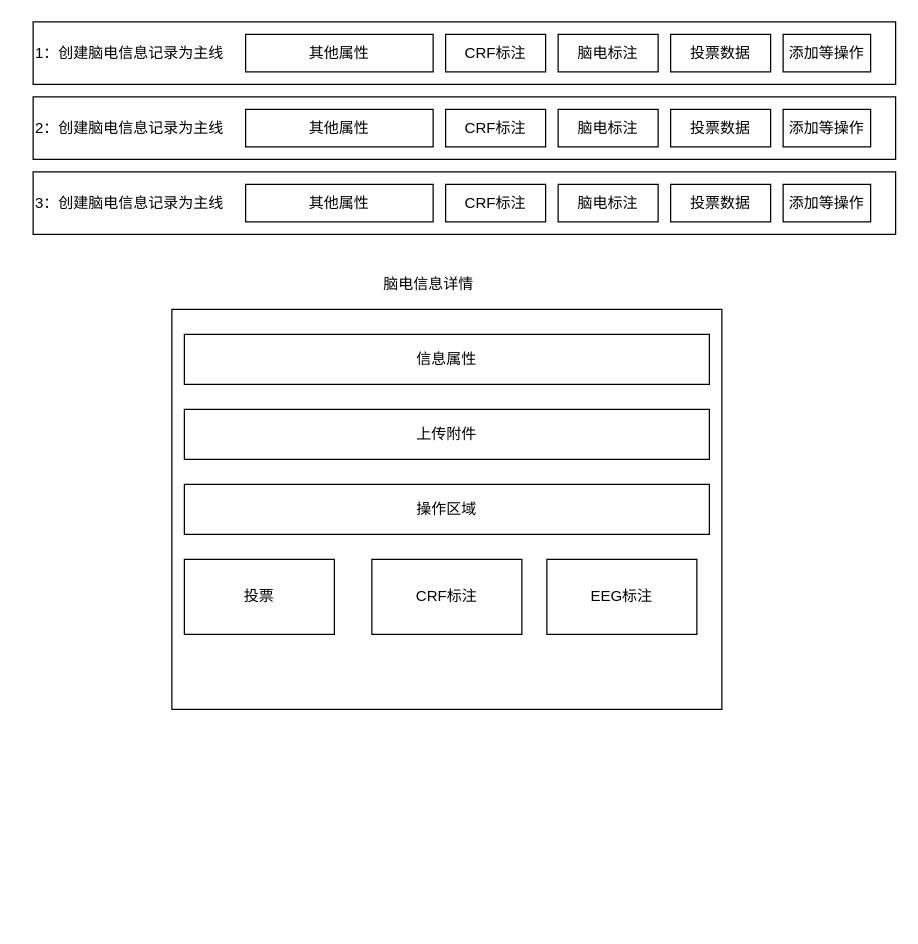
The draw.io diagram save/表概念设计.drawio in chenweihan/UML, before the edit. Source tidied: cells renumbered, new cells numbered last; positions are measured from the earlier drawing's top-left corner, leaving out a move shared by most shapes. Both pictures are drawn from the tidied source at 125%, with x=0, y=0 at pixel (32, 21).
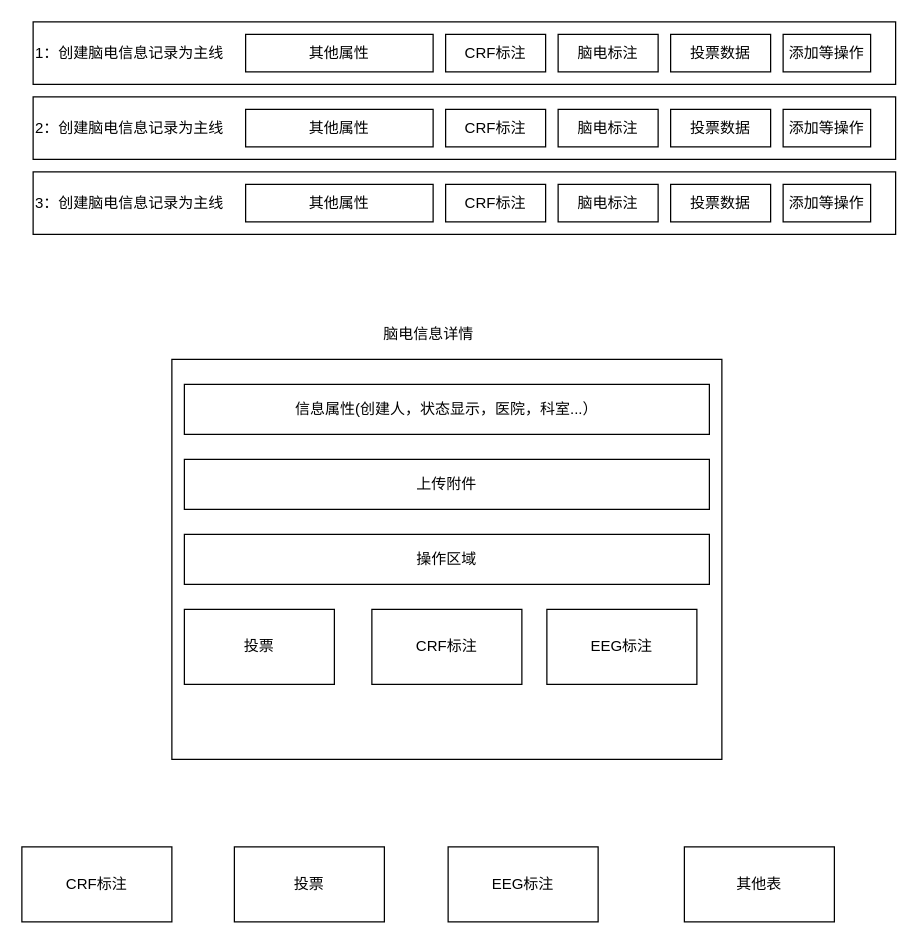
Above is the later version.

Commit message:
更新表概念设计.drawio

Change to the diagram source:
```diff
@@
     <mxCell id="6" style="rounded=0;whiteSpace=wrap;html=1;" parent="1" vertex="1">
-      <mxGeometry x="111" y="230" width="440" height="320" as="geometry" />
+      <mxGeometry x="111" y="270" width="440" height="320" as="geometry" />
     </mxCell>
     <mxCell id="7" value="脑电信息详情" style="text;html=1;align=center;verticalAlign=middle;strokeColor=none;fillColor=none;" parent="1" vertex="1">
-      <mxGeometry x="271" y="200" width="90" height="20" as="geometry" />
+      <mxGeometry x="271" y="240" width="90" height="20" as="geometry" />
     </mxCell>
-    <mxCell id="8" value="信息属性" style="rounded=0;whiteSpace=wrap;html=1;" parent="1" vertex="1">
-      <mxGeometry x="121" y="250" width="420" height="40" as="geometry" />
+    <mxCell id="8" value="信息属性(创建人，状态显示，医院，科室...）" style="rounded=0;whiteSpace=wrap;html=1;" parent="1" vertex="1">
+      <mxGeometry x="121" y="290" width="420" height="40" as="geometry" />
     </mxCell>
@@
     <mxCell id="10" value="上传附件" style="rounded=0;whiteSpace=wrap;html=1;" parent="1" vertex="1">
-      <mxGeometry x="121" y="310" width="420" height="40" as="geometry" />
+      <mxGeometry x="121" y="350" width="420" height="40" as="geometry" />
     </mxCell>
     <mxCell id="11" value="操作区域" style="rounded=0;whiteSpace=wrap;html=1;" parent="1" vertex="1">
-      <mxGeometry x="121" y="370" width="420" height="40" as="geometry" />
+      <mxGeometry x="121" y="410" width="420" height="40" as="geometry" />
     </mxCell>
     <mxCell id="12" value="投票" style="rounded=0;whiteSpace=wrap;html=1;" parent="1" vertex="1">
-      <mxGeometry x="121" y="430" width="120" height="60" as="geometry" />
+      <mxGeometry x="121" y="470" width="120" height="60" as="geometry" />
     </mxCell>
     <mxCell id="13" value="EEG标注" style="rounded=0;whiteSpace=wrap;html=1;" parent="1" vertex="1">
-      <mxGeometry x="411" y="430" width="120" height="60" as="geometry" />
+      <mxGeometry x="411" y="470" width="120" height="60" as="geometry" />
     </mxCell>
     <mxCell id="14" value="CRF标注" style="rounded=0;whiteSpace=wrap;html=1;" parent="1" vertex="1">
-      <mxGeometry x="271" y="430" width="120" height="60" as="geometry" />
+      <mxGeometry x="271" y="470" width="120" height="60" as="geometry" />
     </mxCell>
@@
+    <mxCell id="28" value="CRF标注" style="rounded=0;whiteSpace=wrap;html=1;" parent="1" vertex="1">
+      <mxGeometry x="-9" y="660" width="120" height="60" as="geometry" />
+    </mxCell>
+    <mxCell id="29" value="投票" style="rounded=0;whiteSpace=wrap;html=1;" parent="1" vertex="1">
+      <mxGeometry x="161" y="660" width="120" height="60" as="geometry" />
+    </mxCell>
+    <mxCell id="30" value="EEG标注" style="rounded=0;whiteSpace=wrap;html=1;" parent="1" vertex="1">
+      <mxGeometry x="332" y="660" width="120" height="60" as="geometry" />
+    </mxCell>
+    <mxCell id="31" value="其他表" style="rounded=0;whiteSpace=wrap;html=1;" parent="1" vertex="1">
+      <mxGeometry x="521" y="660" width="120" height="60" as="geometry" />
+    </mxCell>
```
